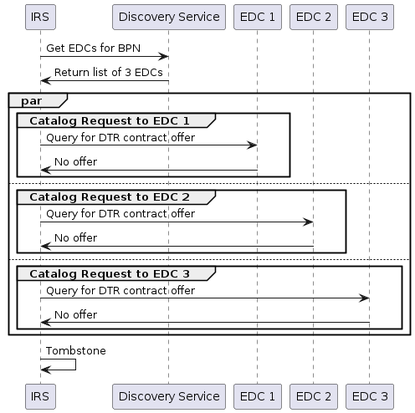
Before: docs/assets/arc42/arc42_044.png, a diagram exported from PlantUML (catenax-ng/tx-item-relationship-service). Its diagram source:
```plantuml
@startuml
participant IRS
participant "Discovery Service" as DiscoveryService

participant "EDC 1" as EDCProvider1
participant "EDC 2" as EDCProvider2
participant "EDC 3" as EDCProvider3

IRS -> DiscoveryService: Get EDCs for BPN
DiscoveryService -> IRS: Return list of 3 EDCs

par
    group Catalog Request to EDC 1
        IRS -> EDCProvider1: Query for DTR contract offer
        EDCProvider1 -> IRS: No offer
    end

    else

    group Catalog Request to EDC 2
        IRS -> EDCProvider2: Query for DTR contract offer
        EDCProvider2 -> IRS: No offer
    end

    else

    group Catalog Request to EDC 3
        IRS -> EDCProvider3: Query for DTR contract offer
        EDCProvider3 -> IRS: No offer
    end
end

IRS -> IRS: Tombstone
@enduml
```
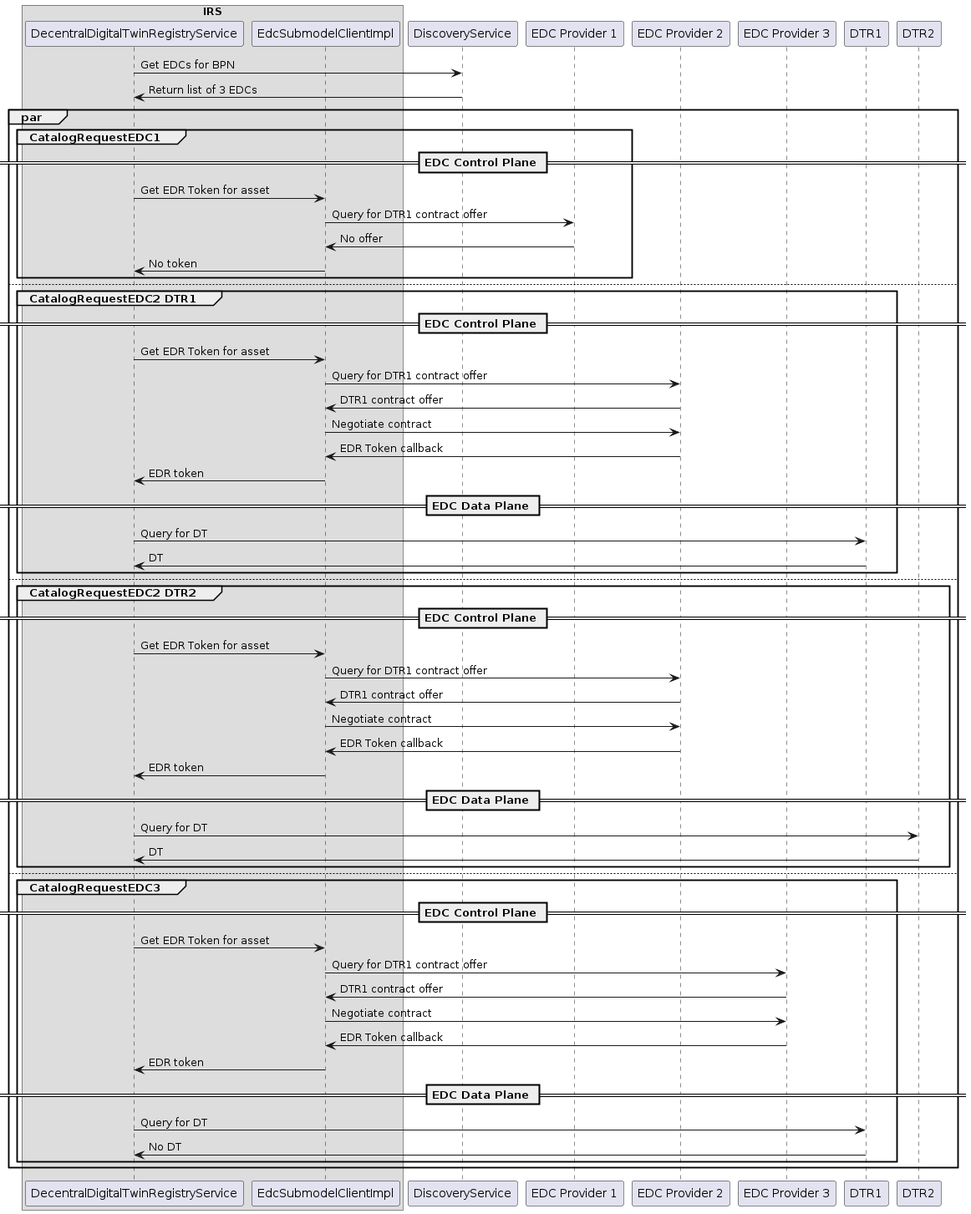
After the change.

The edit, as a diff of the source:
```diff
@@ -1,34 +1,93 @@
 @startuml
-participant IRS
-participant "Discovery Service" as DiscoveryService
 
-participant "EDC 1" as EDCProvider1
-participant "EDC 2" as EDCProvider2
-participant "EDC 3" as EDCProvider3
 
-IRS -> DiscoveryService: Get EDCs for BPN
-DiscoveryService -> IRS: Return list of 3 EDCs
+box IRS
+    participant DecentralDigitalTwinRegistryService as DTRS
+    participant EdcSubmodelClientImpl as EdcClient
+end box
+
+
+participant DiscoveryService
+participant "EDC Provider 1" as EDCProvider1
+participant "EDC Provider 2" as EDCProvider2
+participant "EDC Provider 3" as EDCProvider3
+participant "DTR1" as DTR1
+participant "DTR2" as DTR2
+
+DTRS -> DiscoveryService: Get EDCs for BPN
+DiscoveryService -> DTRS: Return list of 3 EDCs
+
 
 par
-    group Catalog Request to EDC 1
-        IRS -> EDCProvider1: Query for DTR contract offer
-        EDCProvider1 -> IRS: No offer
+    group CatalogRequestEDC1
+
+        == EDC Control Plane ==
+        DTRS -> EdcClient: Get EDR Token for asset
+        EdcClient -> EDCProvider1: Query for DTR1 contract offer
+        EDCProvider1 -> EdcClient: No offer
+        EdcClient -> DTRS: No token
     end
 
     else
 
-    group Catalog Request to EDC 2
-        IRS -> EDCProvider2: Query for DTR contract offer
-        EDCProvider2 -> IRS: No offer
+    group CatalogRequestEDC2 DTR1
+
+        == EDC Control Plane ==
+
+        DTRS -> EdcClient: Get EDR Token for asset
+        EdcClient -> EDCProvider2: Query for DTR1 contract offer
+        EDCProvider2 -> EdcClient: DTR1 contract offer
+        EdcClient -> EDCProvider2: Negotiate contract
+        EDCProvider2 -> EdcClient: EDR Token callback
+
+        EdcClient -> DTRS: EDR token
+
+
+        == EDC Data Plane ==
+
+        DTRS -> DTR1: Query for DT
+        DTR1 -> DTRS: DT
     end
 
     else
 
-    group Catalog Request to EDC 3
-        IRS -> EDCProvider3: Query for DTR contract offer
-        EDCProvider3 -> IRS: No offer
+    group CatalogRequestEDC2 DTR2
+
+        == EDC Control Plane ==
+
+        DTRS -> EdcClient: Get EDR Token for asset
+        EdcClient -> EDCProvider2: Query for DTR1 contract offer
+        EDCProvider2 -> EdcClient: DTR1 contract offer
+        EdcClient -> EDCProvider2: Negotiate contract
+        EDCProvider2 -> EdcClient: EDR Token callback
+
+        EdcClient -> DTRS: EDR token
+
+
+        == EDC Data Plane ==
+
+        DTRS -> DTR2: Query for DT
+        DTR2 -> DTRS: DT
+    end
+
+    else
+
+    group CatalogRequestEDC3
+
+        == EDC Control Plane ==
+
+        DTRS -> EdcClient: Get EDR Token for asset
+        EdcClient -> EDCProvider3: Query for DTR1 contract offer
+        EDCProvider3 -> EdcClient: DTR1 contract offer
+        EdcClient -> EDCProvider3: Negotiate contract
+        EDCProvider3 -> EdcClient: EDR Token callback
+        EdcClient -> DTRS: EDR token
+
+        == EDC Data Plane ==
+
+        DTRS -> DTR1: Query for DT
+        DTR1 -> DTRS: No DT
     end
 end
 
-IRS -> IRS: Tombstone
 @enduml
```
